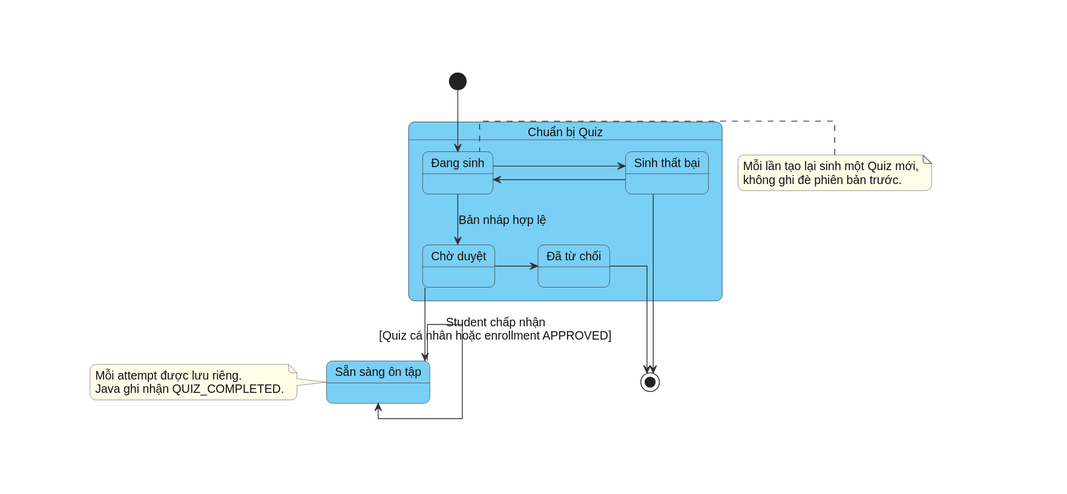
Earlier version of the PlantUML export docs/diagrams/chuong-3/state-machine-15-quiz-lifecycle.svg (bch7504/DATN). Source of this version:
```plantuml
@startuml
skinparam shadowing false
skinparam linetype ortho
skinparam backgroundColor white
skinparam defaultFontName Arial
skinparam defaultFontSize 14
skinparam defaultFontColor #111111
skinparam ArrowColor #333333
skinparam ArrowThickness 1
skinparam StateBackgroundColor #7ACFF5
skinparam StateBorderColor #333333
skinparam StateStartColor #000000
skinparam StateEndColor #000000
skinparam NoteBackgroundColor #FFFDE7
skinparam NoteBorderColor #666666
skinparam roundcorner 14
skinparam nodesep 35
skinparam ranksep 42
top to bottom direction

[*] -down-> GENERATING

state "Chuẩn bị Quiz" as PREPARATION #7ACFF5 {
  state "Đang sinh" as GENERATING
  state "Chờ duyệt" as REVIEW_REQUIRED
  state "Sinh thất bại" as GENERATION_FAILED
  state "Đã từ chối" as REJECTED

  GENERATING -down-> REVIEW_REQUIRED : Bản nháp hợp lệ
  GENERATING -right-> GENERATION_FAILED
  GENERATION_FAILED -left-> GENERATING : Tạo yêu cầu hợp lệ
  REVIEW_REQUIRED -right-> REJECTED
}

state "Sẵn sàng ôn tập" as READY

REVIEW_REQUIRED -down-> READY : Student chấp nhận\n[Quiz cá nhân hoặc enrollment APPROVED]
READY -right-> READY : Attempt mới
REJECTED -down-> [*]
GENERATION_FAILED -down-> [*]

note left of GENERATING
Mỗi lần tạo lại sinh một Quiz mới,
không ghi đè phiên bản trước.
end note

note left of READY
Mỗi attempt được lưu riêng.
Java ghi nhận QUIZ_COMPLETED.
end note
@enduml
```
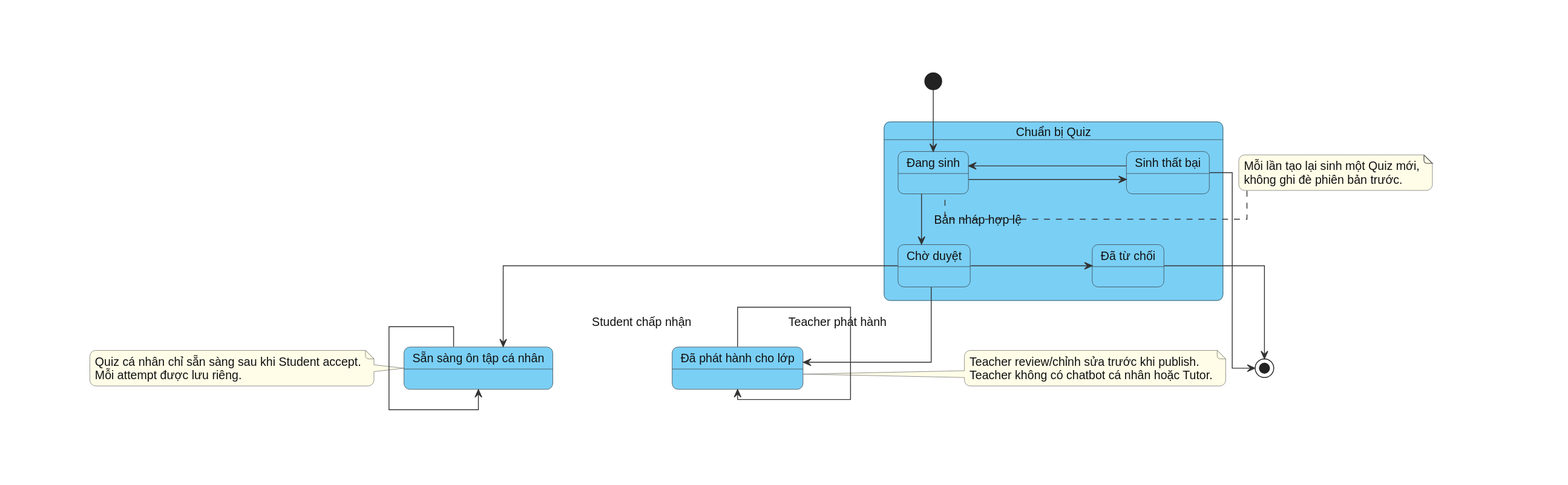
Later version of the same file.

Diff of the diagram source:
```diff
@@ -27,15 +27,18 @@
   state "Đã từ chối" as REJECTED
 
   GENERATING -down-> REVIEW_REQUIRED : Bản nháp hợp lệ
-  GENERATING -right-> GENERATION_FAILED
-  GENERATION_FAILED -left-> GENERATING : Tạo yêu cầu hợp lệ
-  REVIEW_REQUIRED -right-> REJECTED
+  GENERATING -right-> GENERATION_FAILED : Lỗi sinh / thiếu evidence
+  GENERATION_FAILED -left-> GENERATING : Tạo yêu cầu mới hợp lệ
+  REVIEW_REQUIRED -right-> REJECTED : Từ chối
 }
 
-state "Sẵn sàng ôn tập" as READY
+state "Sẵn sàng ôn tập cá nhân" as READY
+state "Đã phát hành cho lớp" as PUBLISHED
 
-REVIEW_REQUIRED -down-> READY : Student chấp nhận\n[Quiz cá nhân hoặc enrollment APPROVED]
+REVIEW_REQUIRED -down-> READY : Student chấp nhận
+REVIEW_REQUIRED -down-> PUBLISHED : Teacher phát hành
 READY -right-> READY : Attempt mới
+PUBLISHED -right-> PUBLISHED : Student attempt mới
 REJECTED -down-> [*]
 GENERATION_FAILED -down-> [*]
 
@@ -45,7 +48,12 @@
 end note
 
 note left of READY
+Quiz cá nhân chỉ sẵn sàng sau khi Student accept.
 Mỗi attempt được lưu riêng.
-Java ghi nhận QUIZ_COMPLETED.
+end note
+
+note right of PUBLISHED
+Teacher review/chỉnh sửa trước khi publish.
+Teacher không có chatbot cá nhân hoặc Tutor.
 end note
 @enduml
```
